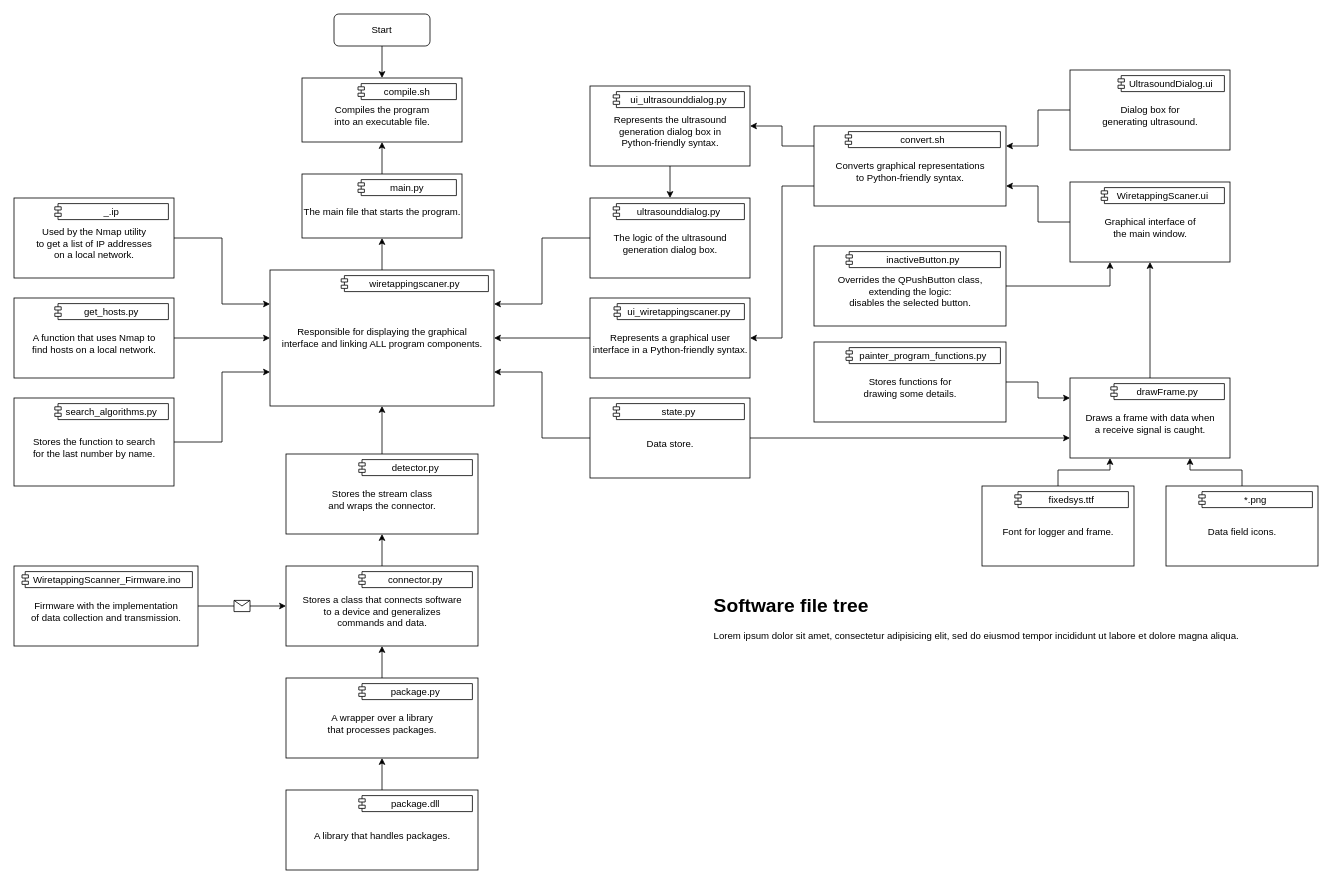
The draw.io diagram page "Software file tree" (3 of 7) of schemes/Wiretapping Scanner.drawio in Nakama3942/WiretappingScanner, before the edit. Source tidied: cells renumbered, new cells numbered last; positions are measured from the earlier drawing's top-left corner, leaving out a move shared by most shapes. Both pictures are drawn from the tidied source at 80%, with x=0, y=0 at pixel (14, 14).
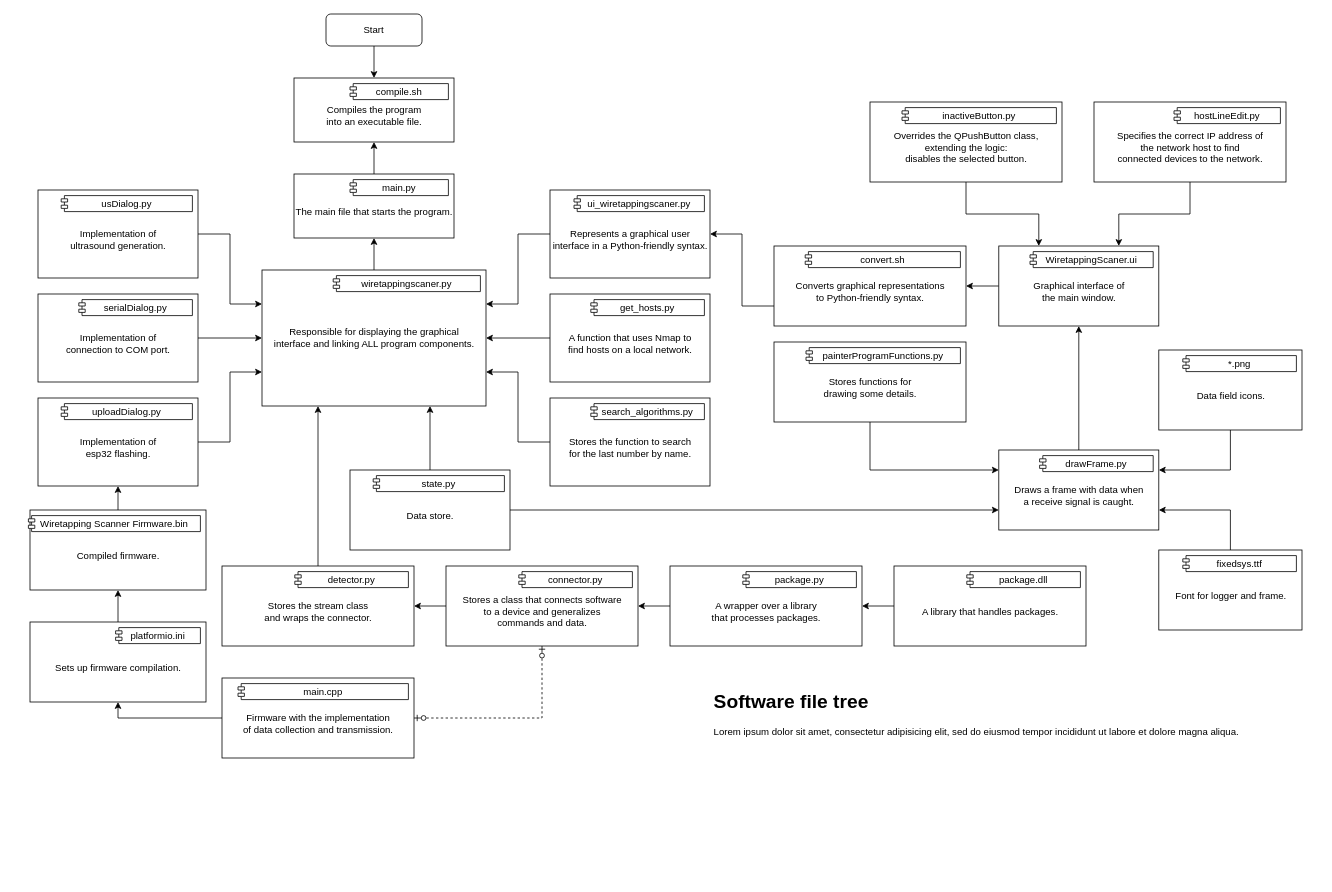
Above is the later version.

Change to the diagram source:
```diff
@@
     <mxCell id="3" value="Start" style="rounded=1;whiteSpace=wrap;html=1;" parent="1" vertex="1">
-      <mxGeometry x="400" width="120" height="40" as="geometry" />
+      <mxGeometry x="390" width="120" height="40" as="geometry" />
     </mxCell>
-    <mxCell id="4" style="edgeStyle=orthogonalEdgeStyle;rounded=0;jettySize=auto;html=1;exitX=1;exitY=0.5;exitDx=0;exitDy=0;entryX=0;entryY=0.25;entryDx=0;entryDy=0;" parent="1" edge="1" source="5" target="11">
+    <mxCell id="4" style="edgeStyle=orthogonalEdgeStyle;rounded=0;jettySize=auto;html=1;exitX=1;exitY=0.5;exitDx=0;exitDy=0;entryX=0;entryY=0.5;entryDx=0;entryDy=0;" parent="1" edge="1" source="5" target="11">
       <mxGeometry relative="1" as="geometry" />
     </mxCell>
-    <mxCell id="5" value="&lt;br&gt;Used by the Nmap utility&lt;br&gt;to get a list of IP addresses&lt;br&gt;on a local network." style="html=1;" parent="1" vertex="1">
-      <mxGeometry y="230" width="200" height="100" as="geometry" />
+    <mxCell id="5" value="&lt;br&gt;Implementation of&lt;br&gt;connection to COM port." style="html=1;" parent="1" vertex="1">
+      <mxGeometry x="30" y="350" width="200" height="110" as="geometry" />
     </mxCell>
-    <mxCell id="6" value="_.ip" style="shape=module;jettyWidth=8;jettyHeight=4;" parent="5" vertex="1">
+    <mxCell id="6" value="serialDialog.py" style="shape=module;jettyWidth=8;jettyHeight=4;" parent="5" vertex="1">
       <mxGeometry x="1" width="142" height="20" relative="1" as="geometry">
         <mxPoint x="-149" y="7" as="offset" />
       </mxGeometry>
     </mxCell>
@@
     <mxCell id="8" value="&lt;br&gt;The main file that starts the program." style="html=1;" parent="1" vertex="1">
-      <mxGeometry x="360" y="200" width="200" height="80" as="geometry" />
+      <mxGeometry x="350" y="200" width="200" height="80" as="geometry" />
     </mxCell>
@@
     <mxCell id="11" value="Responsible for displaying the graphical&lt;br&gt;interface and linking ALL program components." style="html=1;" parent="1" vertex="1">
-      <mxGeometry x="320" y="320" width="280" height="170" as="geometry" />
+      <mxGeometry x="310" y="320" width="280" height="170" as="geometry" />
     </mxCell>
@@
-    <mxCell id="13" style="edgeStyle=orthogonalEdgeStyle;rounded=0;jettySize=auto;html=1;exitX=0;exitY=0.5;exitDx=0;exitDy=0;entryX=1;entryY=0.5;entryDx=0;entryDy=0;" parent="1" edge="1" source="14" target="11">
+    <mxCell id="13" style="edgeStyle=orthogonalEdgeStyle;rounded=0;jettySize=auto;html=1;exitX=0;exitY=0.5;exitDx=0;exitDy=0;entryX=1;entryY=0.25;entryDx=0;entryDy=0;startArrow=none;startFill=0;endArrow=classic;endFill=1;" parent="1" edge="1" source="14" target="11">
       <mxGeometry relative="1" as="geometry" />
     </mxCell>
     <mxCell id="14" value="&lt;br&gt;Represents a graphical user&lt;br&gt;interface in a Python-friendly syntax." style="html=1;" parent="1" vertex="1">
-      <mxGeometry x="720" y="355" width="200" height="100" as="geometry" />
+      <mxGeometry x="670" y="220" width="200" height="110" as="geometry" />
     </mxCell>
@@
-    <mxCell id="16" style="edgeStyle=orthogonalEdgeStyle;rounded=0;jettySize=auto;html=1;exitX=0;exitY=0.5;exitDx=0;exitDy=0;entryX=1;entryY=0.25;entryDx=0;entryDy=0;" parent="1" edge="1" source="17" target="11">
+    <mxCell id="16" style="edgeStyle=orthogonalEdgeStyle;rounded=0;jettySize=auto;html=1;exitX=1;exitY=0.5;exitDx=0;exitDy=0;entryX=0;entryY=0.25;entryDx=0;entryDy=0;" parent="1" edge="1" source="17" target="11">
       <mxGeometry relative="1" as="geometry" />
     </mxCell>
-    <mxCell id="17" value="&lt;br&gt;The logic of the ultrasound&lt;br&gt;generation dialog box." style="html=1;" parent="1" vertex="1">
-      <mxGeometry x="720" y="230" width="200" height="100" as="geometry" />
+    <mxCell id="17" value="&lt;br&gt;Implementation of&lt;br&gt;ultrasound generation." style="html=1;" parent="1" vertex="1">
+      <mxGeometry x="30" y="220" width="200" height="110" as="geometry" />
     </mxCell>
-    <mxCell id="18" value="ultrasounddialog.py" style="shape=module;jettyWidth=8;jettyHeight=4;" parent="17" vertex="1">
+    <mxCell id="18" value="usDialog.py" style="shape=module;jettyWidth=8;jettyHeight=4;" parent="17" vertex="1">
       <mxGeometry x="1" width="164" height="20" relative="1" as="geometry">
         <mxPoint x="-171" y="7" as="offset" />
       </mxGeometry>
     </mxCell>
-    <mxCell id="19" style="edgeStyle=orthogonalEdgeStyle;rounded=0;jettySize=auto;html=1;exitX=0.5;exitY=1;exitDx=0;exitDy=0;" parent="1" edge="1" source="20" target="17">
-      <mxGeometry relative="1" as="geometry" />
-    </mxCell>
+    <mxCell id="76" style="edgeStyle=orthogonalEdgeStyle;rounded=0;jettySize=auto;html=1;exitX=1;exitY=0.5;exitDx=0;exitDy=0;entryX=0;entryY=0.75;entryDx=0;entryDy=0;" parent="1" edge="1" source="20" target="11">
+      <mxGeometry relative="1" as="geometry" />
+    </mxCell>
-    <mxCell id="20" value="&lt;br&gt;Represents the ultrasound&lt;br&gt;generation dialog box in&lt;br&gt;Python-friendly syntax." style="html=1;" parent="1" vertex="1">
-      <mxGeometry x="720" y="90" width="200" height="100" as="geometry" />
+    <mxCell id="20" value="&lt;br&gt;Implementation of&lt;br&gt;esp32 flashing." style="html=1;" parent="1" vertex="1">
+      <mxGeometry x="30" y="480" width="200" height="110" as="geometry" />
     </mxCell>
-    <mxCell id="21" value="ui_ultrasounddialog.py" style="shape=module;jettyWidth=8;jettyHeight=4;" parent="20" vertex="1">
+    <mxCell id="21" value="uploadDialog.py" style="shape=module;jettyWidth=8;jettyHeight=4;" parent="20" vertex="1">
       <mxGeometry x="1" width="164" height="20" relative="1" as="geometry">
         <mxPoint x="-171" y="7" as="offset" />
       </mxGeometry>
     </mxCell>
-    <mxCell id="22" style="edgeStyle=orthogonalEdgeStyle;rounded=0;jettySize=auto;html=1;exitX=1;exitY=0.5;exitDx=0;exitDy=0;entryX=0.25;entryY=1;entryDx=0;entryDy=0;" parent="1" edge="1" source="23" target="71">
+    <mxCell id="22" style="edgeStyle=orthogonalEdgeStyle;rounded=0;jettySize=auto;html=1;exitX=0.5;exitY=1;exitDx=0;exitDy=0;entryX=0.25;entryY=0;entryDx=0;entryDy=0;" parent="1" edge="1" source="23" target="71">
       <mxGeometry relative="1" as="geometry" />
     </mxCell>
     <mxCell id="23" value="&lt;br&gt;Overrides the QPushButton class,&lt;br&gt;extending the logic:&lt;br&gt;disables the selected button." style="html=1;" parent="1" vertex="1">
-      <mxGeometry x="1000" y="290" width="240" height="100" as="geometry" />
+      <mxGeometry x="1070" y="110" width="240" height="100" as="geometry" />
     </mxCell>
@@
     <mxCell id="26" value="&lt;br&gt;Draws a frame with data when&lt;br&gt;a receive signal is caught." style="html=1;" parent="1" vertex="1">
-      <mxGeometry x="1320" y="455" width="200" height="100" as="geometry" />
+      <mxGeometry x="1231" y="545" width="200" height="100" as="geometry" />
     </mxCell>
@@
-    <mxCell id="28" style="edgeStyle=orthogonalEdgeStyle;rounded=0;jettySize=auto;html=1;exitX=0.5;exitY=0;exitDx=0;exitDy=0;entryX=0.5;entryY=1;entryDx=0;entryDy=0;" parent="1" edge="1" source="29" target="11">
+    <mxCell id="28" style="edgeStyle=orthogonalEdgeStyle;rounded=0;jettySize=auto;html=1;exitX=0.5;exitY=0;exitDx=0;exitDy=0;entryX=0.25;entryY=1;entryDx=0;entryDy=0;" parent="1" edge="1" source="29" target="11">
       <mxGeometry relative="1" as="geometry" />
     </mxCell>
     <mxCell id="29" value="&lt;br&gt;Stores the stream class&lt;br&gt;and wraps the connector." style="html=1;" parent="1" vertex="1">
-      <mxGeometry x="340" y="550" width="240" height="100" as="geometry" />
+      <mxGeometry x="260" y="690" width="240" height="100" as="geometry" />
     </mxCell>
@@
-    <mxCell id="31" style="edgeStyle=orthogonalEdgeStyle;rounded=0;jettySize=auto;html=1;exitX=0.5;exitY=0;exitDx=0;exitDy=0;entryX=0.25;entryY=1;entryDx=0;entryDy=0;" parent="1" edge="1" source="32" target="26">
+    <mxCell id="31" style="edgeStyle=orthogonalEdgeStyle;rounded=0;jettySize=auto;html=1;exitX=0.5;exitY=0;exitDx=0;exitDy=0;entryX=1;entryY=0.75;entryDx=0;entryDy=0;" parent="1" edge="1" source="32" target="26">
       <mxGeometry relative="1" as="geometry" />
     </mxCell>
     <mxCell id="32" value="&lt;br&gt;Font for logger and frame." style="html=1;" parent="1" vertex="1">
-      <mxGeometry x="1210" y="590" width="190" height="100" as="geometry" />
+      <mxGeometry x="1431" y="670" width="179" height="100" as="geometry" />
     </mxCell>
@@
-    <mxCell id="34" style="edgeStyle=orthogonalEdgeStyle;rounded=0;jettySize=auto;html=1;exitX=1;exitY=0.5;exitDx=0;exitDy=0;entryX=0;entryY=0.75;entryDx=0;entryDy=0;" parent="1" edge="1" source="35" target="11">
+    <mxCell id="34" style="edgeStyle=orthogonalEdgeStyle;rounded=0;jettySize=auto;html=1;exitX=0;exitY=0.5;exitDx=0;exitDy=0;entryX=1;entryY=0.75;entryDx=0;entryDy=0;startArrow=none;startFill=0;endArrow=classic;endFill=1;" parent="1" edge="1" source="35" target="11">
       <mxGeometry relative="1" as="geometry" />
     </mxCell>
     <mxCell id="35" value="&lt;br&gt;Stores the function to search&lt;br&gt;for the last number by name." style="html=1;" parent="1" vertex="1">
-      <mxGeometry y="480" width="200" height="110" as="geometry" />
+      <mxGeometry x="670" y="480" width="200" height="110" as="geometry" />
     </mxCell>
@@
-    <mxCell id="37" style="edgeStyle=orthogonalEdgeStyle;rounded=0;jettySize=auto;html=1;exitX=1;exitY=0.5;exitDx=0;exitDy=0;entryX=0;entryY=0.5;entryDx=0;entryDy=0;" parent="1" edge="1" source="38" target="11">
+    <mxCell id="37" style="edgeStyle=orthogonalEdgeStyle;rounded=0;jettySize=auto;html=1;exitX=0;exitY=0.5;exitDx=0;exitDy=0;entryX=1;entryY=0.5;entryDx=0;entryDy=0;startArrow=none;startFill=0;endArrow=classic;endFill=1;" parent="1" edge="1" source="38" target="11">
       <mxGeometry relative="1" as="geometry" />
     </mxCell>
     <mxCell id="38" value="&lt;br&gt;A function that uses Nmap to&lt;br&gt;find hosts on a local network." style="html=1;" parent="1" vertex="1">
-      <mxGeometry y="355" width="200" height="100" as="geometry" />
+      <mxGeometry x="670" y="350" width="200" height="110" as="geometry" />
     </mxCell>
@@
-    <mxCell id="41" style="edgeStyle=orthogonalEdgeStyle;rounded=0;jettySize=auto;html=1;exitX=0;exitY=0.5;exitDx=0;exitDy=0;entryX=1;entryY=0.75;entryDx=0;entryDy=0;" parent="1" edge="1" source="42" target="11">
+    <mxCell id="41" style="edgeStyle=orthogonalEdgeStyle;rounded=0;jettySize=auto;html=1;exitX=0.5;exitY=0;exitDx=0;exitDy=0;entryX=0.75;entryY=1;entryDx=0;entryDy=0;" parent="1" edge="1" source="42" target="11">
       <mxGeometry relative="1" as="geometry" />
     </mxCell>
     <mxCell id="42" value="&lt;br&gt;Data store." style="html=1;" parent="1" vertex="1">
-      <mxGeometry x="720" y="480" width="200" height="100" as="geometry" />
+      <mxGeometry x="420" y="570" width="200" height="100" as="geometry" />
     </mxCell>
@@
-    <mxCell id="44" style="edgeStyle=orthogonalEdgeStyle;rounded=0;jettySize=auto;html=1;exitX=0.5;exitY=0;exitDx=0;exitDy=0;entryX=0.75;entryY=1;entryDx=0;entryDy=0;" parent="1" edge="1" source="45" target="26">
+    <mxCell id="44" style="edgeStyle=orthogonalEdgeStyle;rounded=0;jettySize=auto;html=1;exitX=0.5;exitY=1;exitDx=0;exitDy=0;entryX=1;entryY=0.25;entryDx=0;entryDy=0;" parent="1" edge="1" source="45" target="26">
       <mxGeometry relative="1" as="geometry" />
     </mxCell>
     <mxCell id="45" value="&lt;br&gt;Data field icons." style="html=1;" parent="1" vertex="1">
-      <mxGeometry x="1440" y="590" width="190" height="100" as="geometry" />
+      <mxGeometry x="1431" y="420" width="179" height="100" as="geometry" />
     </mxCell>
@@
-    <mxCell id="47" style="edgeStyle=orthogonalEdgeStyle;rounded=0;jettySize=auto;html=1;exitX=1;exitY=0.5;exitDx=0;exitDy=0;entryX=0;entryY=0.25;entryDx=0;entryDy=0;" parent="1" edge="1" source="48" target="26">
+    <mxCell id="47" style="edgeStyle=orthogonalEdgeStyle;rounded=0;jettySize=auto;html=1;exitX=0.5;exitY=1;exitDx=0;exitDy=0;entryX=0;entryY=0.25;entryDx=0;entryDy=0;" parent="1" edge="1" source="48" target="26">
       <mxGeometry relative="1" as="geometry" />
     </mxCell>
     <mxCell id="48" value="&lt;br&gt;Stores functions for&lt;br&gt;drawing some details." style="html=1;" parent="1" vertex="1">
-      <mxGeometry x="1000" y="410" width="240" height="100" as="geometry" />
+      <mxGeometry x="950" y="410" width="240" height="100" as="geometry" />
     </mxCell>
-    <mxCell id="49" value="painter_program_functions.py" style="shape=module;jettyWidth=8;jettyHeight=4;" parent="48" vertex="1">
+    <mxCell id="49" value="painterProgramFunctions.py" style="shape=module;jettyWidth=8;jettyHeight=4;" parent="48" vertex="1">
       <mxGeometry x="1" width="193" height="20" relative="1" as="geometry">
         <mxPoint x="-200" y="7" as="offset" />
       </mxGeometry>
     </mxCell>
-    <mxCell id="50" style="edgeStyle=orthogonalEdgeStyle;rounded=0;jettySize=auto;html=1;exitX=0.5;exitY=0;exitDx=0;exitDy=0;entryX=0.5;entryY=1;entryDx=0;entryDy=0;" parent="1" edge="1" source="51" target="29">
+    <mxCell id="50" style="edgeStyle=orthogonalEdgeStyle;rounded=0;jettySize=auto;html=1;exitX=0;exitY=0.5;exitDx=0;exitDy=0;entryX=1;entryY=0.5;entryDx=0;entryDy=0;" parent="1" edge="1" source="51" target="29">
       <mxGeometry relative="1" as="geometry" />
     </mxCell>
     <mxCell id="51" value="&lt;br&gt;Stores a class that connects software&lt;br&gt;to a device and generalizes&lt;br&gt;commands and data." style="html=1;" parent="1" vertex="1">
-      <mxGeometry x="340" y="690" width="240" height="100" as="geometry" />
+      <mxGeometry x="540" y="690" width="240" height="100" as="geometry" />
     </mxCell>
@@
-    <mxCell id="53" style="edgeStyle=orthogonalEdgeStyle;rounded=0;jettySize=auto;html=1;exitX=0.5;exitY=0;exitDx=0;exitDy=0;entryX=0.5;entryY=1;entryDx=0;entryDy=0;" parent="1" edge="1" source="54" target="51">
+    <mxCell id="53" style="edgeStyle=orthogonalEdgeStyle;rounded=0;jettySize=auto;html=1;exitX=0;exitY=0.5;exitDx=0;exitDy=0;entryX=1;entryY=0.5;entryDx=0;entryDy=0;" parent="1" edge="1" source="54" target="51">
       <mxGeometry relative="1" as="geometry" />
     </mxCell>
     <mxCell id="54" value="&lt;br&gt;A wrapper over a library&lt;br&gt;that processes packages." style="html=1;" parent="1" vertex="1">
-      <mxGeometry x="340" y="830" width="240" height="100" as="geometry" />
+      <mxGeometry x="820" y="690" width="240" height="100" as="geometry" />
     </mxCell>
@@
-    <mxCell id="56" style="edgeStyle=orthogonalEdgeStyle;rounded=0;jettySize=auto;html=1;exitX=0.5;exitY=0;exitDx=0;exitDy=0;entryX=0.5;entryY=1;entryDx=0;entryDy=0;" parent="1" edge="1" source="57" target="54">
+    <mxCell id="56" style="edgeStyle=orthogonalEdgeStyle;rounded=0;jettySize=auto;html=1;exitX=0;exitY=0.5;exitDx=0;exitDy=0;entryX=1;entryY=0.5;entryDx=0;entryDy=0;" parent="1" edge="1" source="57" target="54">
       <mxGeometry relative="1" as="geometry" />
     </mxCell>
     <mxCell id="57" value="&lt;br&gt;A library that handles packages." style="html=1;" parent="1" vertex="1">
-      <mxGeometry x="340" y="970" width="240" height="100" as="geometry" />
+      <mxGeometry x="1100" y="690" width="240" height="100" as="geometry" />
     </mxCell>
@@
-    <mxCell id="59" style="edgeStyle=orthogonalEdgeStyle;rounded=0;jettySize=auto;html=1;exitX=0;exitY=0.25;exitDx=0;exitDy=0;entryX=1;entryY=0.5;entryDx=0;entryDy=0;" parent="1" edge="1" source="61" target="20">
-      <mxGeometry relative="1" as="geometry" />
-    </mxCell>
@@
     <mxCell id="61" value="&lt;br&gt;Converts graphical representations&lt;br&gt;to Python-friendly syntax." style="html=1;" parent="1" vertex="1">
-      <mxGeometry x="1000" y="140" width="240" height="100" as="geometry" />
+      <mxGeometry x="950" y="290" width="240" height="100" as="geometry" />
     </mxCell>
@@
     <mxCell id="63" value="&lt;br&gt;Compiles the program&lt;br&gt;into an executable file." style="html=1;" parent="1" vertex="1">
-      <mxGeometry x="360" y="80" width="200" height="80" as="geometry" />
+      <mxGeometry x="350" y="80" width="200" height="80" as="geometry" />
     </mxCell>
@@
+    <mxCell id="77" style="edgeStyle=orthogonalEdgeStyle;rounded=0;jettySize=auto;html=1;exitX=0;exitY=0.5;exitDx=0;exitDy=0;entryX=0.5;entryY=1;entryDx=0;entryDy=0;" parent="1" edge="1" source="65" target="83">
+      <mxGeometry relative="1" as="geometry" />
+    </mxCell>
     <mxCell id="65" value="&lt;br&gt;Firmware with the implementation&lt;br&gt;of data collection and transmission." style="html=1;" parent="1" vertex="1">
-      <mxGeometry y="690" width="230" height="100" as="geometry" />
+      <mxGeometry x="260" y="830" width="240" height="100" as="geometry" />
     </mxCell>
-    <mxCell id="66" value="WiretappingScanner_Firmware.ino" style="shape=module;jettyWidth=8;jettyHeight=4;" parent="65" vertex="1">
+    <mxCell id="66" value="main.cpp" style="shape=module;jettyWidth=8;jettyHeight=4;" parent="65" vertex="1">
       <mxGeometry x="1" width="213" height="20" relative="1" as="geometry">
         <mxPoint x="-220" y="7" as="offset" />
       </mxGeometry>
     </mxCell>
-    <mxCell id="67" style="edgeStyle=orthogonalEdgeStyle;rounded=0;jettySize=auto;html=1;exitX=0;exitY=0.5;exitDx=0;exitDy=0;entryX=1;entryY=0.25;entryDx=0;entryDy=0;" parent="1" edge="1" source="68" target="61">
-      <mxGeometry relative="1" as="geometry" />
-    </mxCell>
+    <mxCell id="78" style="edgeStyle=orthogonalEdgeStyle;rounded=0;jettySize=auto;html=1;exitX=0.5;exitY=1;exitDx=0;exitDy=0;entryX=0.75;entryY=0;entryDx=0;entryDy=0;" parent="1" edge="1" source="68" target="71">
+      <mxGeometry relative="1" as="geometry" />
+    </mxCell>
-    <mxCell id="68" value="&lt;br&gt;Dialog box for&lt;br&gt;generating ultrasound." style="html=1;" parent="1" vertex="1">
-      <mxGeometry x="1320" y="70" width="200" height="100" as="geometry" />
+    <mxCell id="68" value="&lt;br&gt;Specifies the correct IP address of&lt;br&gt;the network host to find&lt;br&gt;connected devices to the network." style="html=1;" parent="1" vertex="1">
+      <mxGeometry x="1350" y="110" width="240" height="100" as="geometry" />
     </mxCell>
-    <mxCell id="69" value="UltrasoundDialog.ui" style="shape=module;jettyWidth=8;jettyHeight=4;" parent="68" vertex="1">
+    <mxCell id="69" value="hostLineEdit.py" style="shape=module;jettyWidth=8;jettyHeight=4;" parent="68" vertex="1">
       <mxGeometry x="1" width="133" height="20" relative="1" as="geometry">
         <mxPoint x="-140" y="7" as="offset" />
       </mxGeometry>
     </mxCell>
-    <mxCell id="70" style="edgeStyle=orthogonalEdgeStyle;rounded=0;jettySize=auto;html=1;exitX=0;exitY=0.5;exitDx=0;exitDy=0;entryX=1;entryY=0.75;entryDx=0;entryDy=0;" parent="1" edge="1" source="71" target="61">
+    <mxCell id="70" style="edgeStyle=orthogonalEdgeStyle;rounded=0;jettySize=auto;html=1;exitX=0;exitY=0.5;exitDx=0;exitDy=0;entryX=1;entryY=0.5;entryDx=0;entryDy=0;" parent="1" edge="1" source="71" target="61">
       <mxGeometry relative="1" as="geometry" />
     </mxCell>
     <mxCell id="71" value="&lt;br&gt;Graphical interface of&lt;br&gt;the main window." style="html=1;" parent="1" vertex="1">
-      <mxGeometry x="1320" y="210" width="200" height="100" as="geometry" />
+      <mxGeometry x="1231" y="290" width="200" height="100" as="geometry" />
     </mxCell>
@@
+    <mxCell id="75" value="&lt;h1&gt;Software file tree&lt;/h1&gt;&lt;p&gt;Lorem ipsum dolor sit amet, consectetur adipisicing elit, sed do eiusmod tempor incididunt ut labore et dolore magna aliqua.&lt;/p&gt;" style="text;html=1;strokeColor=none;fillColor=none;spacing=5;spacingTop=-20;whiteSpace=wrap;overflow=hidden;rounded=0;" parent="1" vertex="1">
+      <mxGeometry x="870" y="840" width="720" height="240" as="geometry" />
+    </mxCell>
+    <mxCell id="79" style="edgeStyle=orthogonalEdgeStyle;rounded=0;jettySize=auto;html=1;exitX=0.5;exitY=0;exitDx=0;exitDy=0;entryX=0.5;entryY=1;entryDx=0;entryDy=0;" parent="1" edge="1" source="80" target="20">
+      <mxGeometry relative="1" as="geometry" />
+    </mxCell>
+    <mxCell id="80" value="&lt;br&gt;Compiled firmware." style="html=1;" parent="1" vertex="1">
+      <mxGeometry x="20" y="620" width="220" height="100" as="geometry" />
+    </mxCell>
+    <mxCell id="81" value="Wiretapping Scanner Firmware.bin" style="shape=module;jettyWidth=8;jettyHeight=4;" parent="80" vertex="1">
+      <mxGeometry x="1" width="215" height="20" relative="1" as="geometry">
+        <mxPoint x="-222" y="7" as="offset" />
+      </mxGeometry>
+    </mxCell>
+    <mxCell id="82" style="edgeStyle=orthogonalEdgeStyle;rounded=0;jettySize=auto;html=1;exitX=0.5;exitY=0;exitDx=0;exitDy=0;entryX=0.5;entryY=1;entryDx=0;entryDy=0;" parent="1" edge="1" source="83" target="80">
+      <mxGeometry relative="1" as="geometry" />
+    </mxCell>
+    <mxCell id="83" value="&lt;br&gt;Sets up firmware compilation." style="html=1;" parent="1" vertex="1">
+      <mxGeometry x="20" y="760" width="220" height="100" as="geometry" />
+    </mxCell>
+    <mxCell id="84" value="platformio.ini" style="shape=module;jettyWidth=8;jettyHeight=4;" parent="83" vertex="1">
+      <mxGeometry x="1" width="106" height="20" relative="1" as="geometry">
+        <mxPoint x="-113" y="7" as="offset" />
+      </mxGeometry>
+    </mxCell>
-    <mxCell id="73" style="endArrow=classic;html=1;rounded=0;entryX=0;entryY=0.5;entryDx=0;entryDy=0;exitX=1;exitY=0.5;exitDx=0;exitDy=0;" parent="1" edge="1" source="65" target="51">
-      <mxGeometry relative="1" as="geometry" />
+    <mxCell id="73" style="endArrow=ERzeroToOne;startArrow=ERzeroToOne;html=1;rounded=0;exitX=1;exitY=0.5;exitDx=0;exitDy=0;entryX=0.5;entryY=1;entryDx=0;entryDy=0;dashed=1;startFill=0;endFill=0;" parent="1" edge="1" source="65" target="51">
+      <mxGeometry relative="1" as="geometry">
+        <Array as="points">
+          <mxPoint x="660" y="880" />
+        </Array>
+      </mxGeometry>
     </mxCell>
-    <mxCell id="74" style="shape=message;html=1;" parent="73" vertex="1">
-      <mxGeometry width="20" height="14" relative="1" as="geometry">
-        <mxPoint x="-10" y="-7" as="offset" />
-      </mxGeometry>
-    </mxCell>
-    <mxCell id="75" value="&lt;h1&gt;Software file tree&lt;/h1&gt;&lt;p&gt;Lorem ipsum dolor sit amet, consectetur adipisicing elit, sed do eiusmod tempor incididunt ut labore et dolore magna aliqua.&lt;/p&gt;" style="text;html=1;strokeColor=none;fillColor=none;spacing=5;spacingTop=-20;whiteSpace=wrap;overflow=hidden;rounded=0;" parent="1" vertex="1">
-      <mxGeometry x="870" y="720" width="720" height="360" as="geometry" />
-    </mxCell>
```
